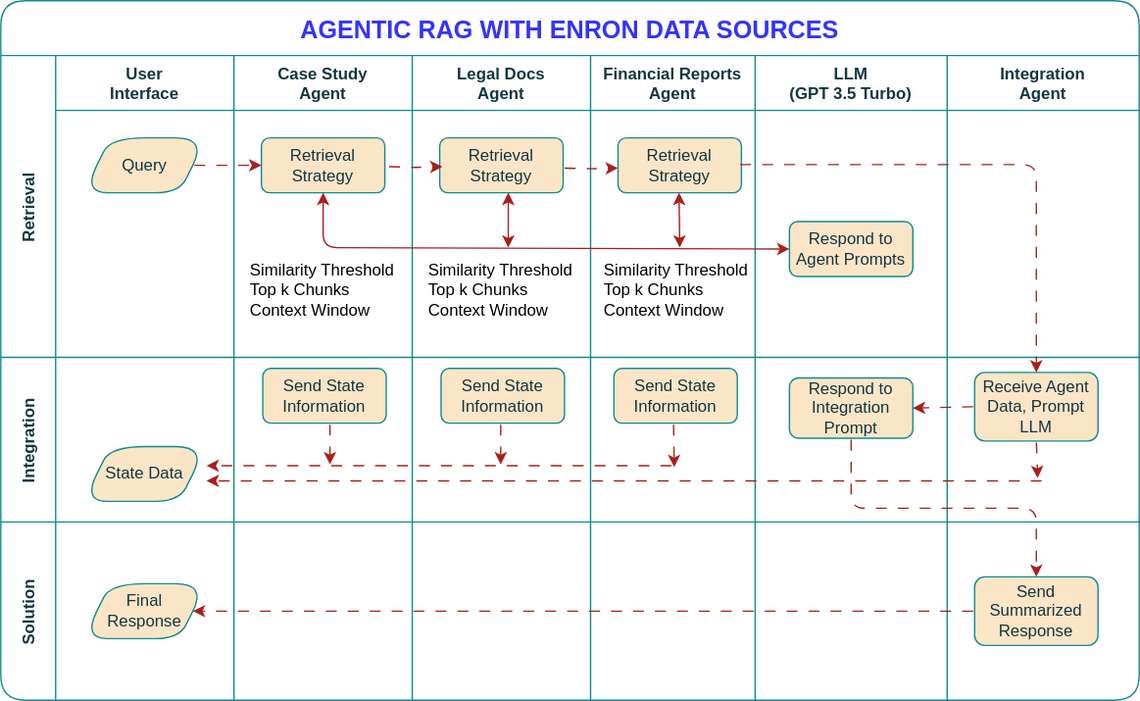
Earlier version of the draw.io export docs/agent_flow.svg (gschaumb/team03-capstone). Source tidied: cells renumbered, new cells last; positions are measured from the earlier drawing's top-left corner, leaving out a move shared by most shapes.
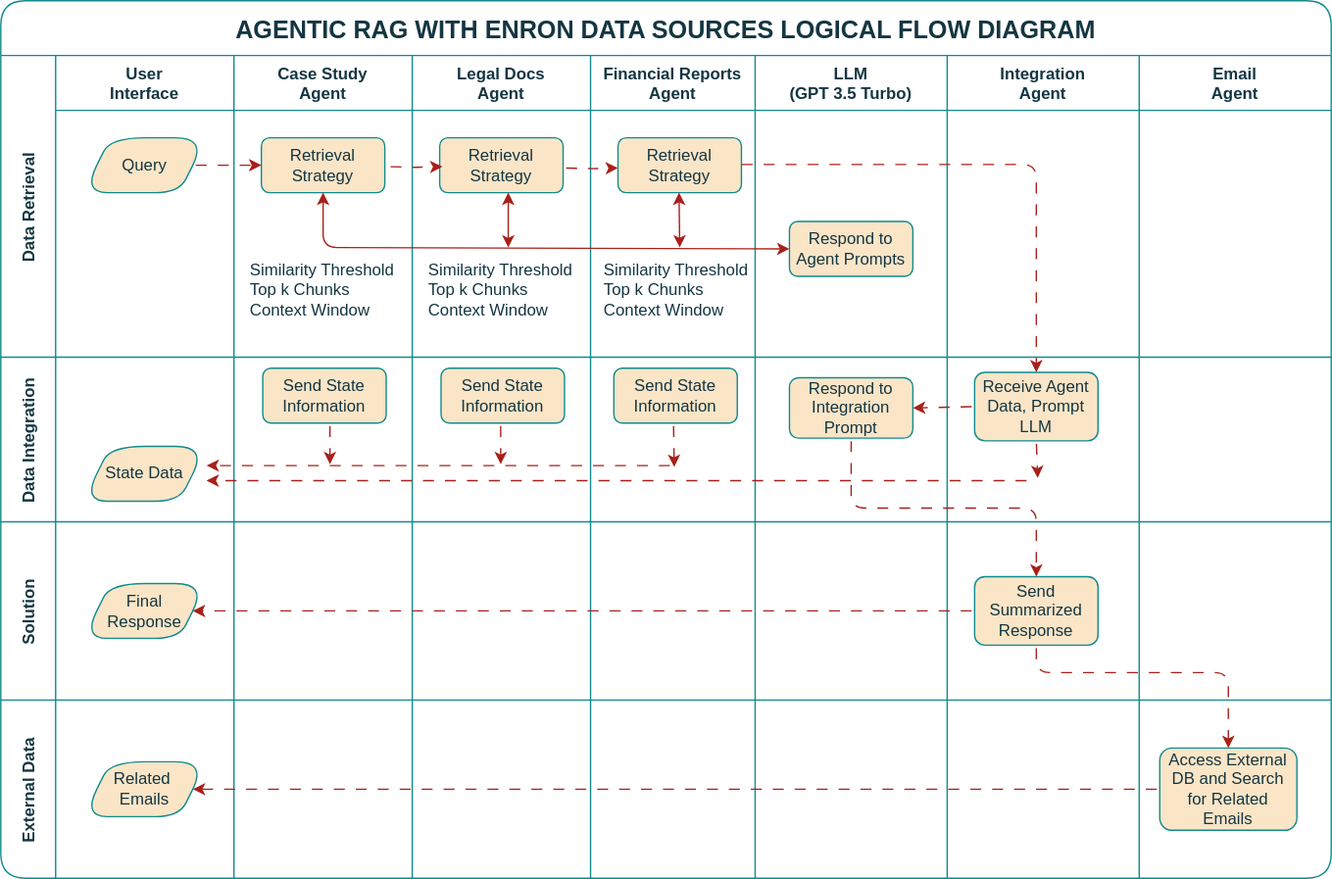
After the commit.

The edit, as a diff of the source:
```diff
@@ -2,11 +2,11 @@
   <root>
     <mxCell id="0" />
     <mxCell id="1" parent="0" />
-    <mxCell id="2" value="AGENTIC RAG WITH ENRON DATA SOURCES" style="shape=table;startSize=40;fillColor=none;fontStyle=1;labelBackgroundColor=none;strokeColor=#0F8B8D;fontColor=#3333FF;fontSize=18;rounded=1;" parent="1" vertex="1">
-      <mxGeometry width="830" height="510" as="geometry" />
+    <mxCell id="2" value="AGENTIC RAG WITH ENRON DATA SOURCES LOGICAL FLOW DIAGRAM" style="shape=table;startSize=40;fillColor=none;fontStyle=1;labelBackgroundColor=none;strokeColor=#0F8B8D;fontColor=#143642;fontSize=18;rounded=1;" parent="1" vertex="1">
+      <mxGeometry width="970" height="640" as="geometry" />
     </mxCell>
-    <mxCell id="3" value="Retrieval" style="shape=tableRow;horizontal=0;swimlaneHead=0;swimlaneBody=0;top=0;left=0;bottom=0;right=0;fillColor=none;startSize=40;fontStyle=1;labelBackgroundColor=none;strokeColor=#0F8B8D;fontColor=#143642;rounded=1;" parent="2" vertex="1">
-      <mxGeometry y="40" width="830" height="220" as="geometry" />
+    <mxCell id="3" value="Data Retrieval" style="shape=tableRow;horizontal=0;swimlaneHead=0;swimlaneBody=0;top=0;left=0;bottom=0;right=0;fillColor=none;startSize=40;fontStyle=1;labelBackgroundColor=none;strokeColor=#0F8B8D;fontColor=#143642;rounded=1;" parent="2" vertex="1">
+      <mxGeometry y="40" width="970" height="220" as="geometry" />
     </mxCell>
     <mxCell id="4" value="User&#10;Interface" style="swimlane;swimlaneHead=0;swimlaneBody=0;fillColor=none;startSize=40;fontStyle=1;labelBackgroundColor=none;strokeColor=#0F8B8D;fontColor=#143642;rounded=1;" parent="3" vertex="1">
       <mxGeometry x="40" width="130" height="220" as="geometry" />
@@ -32,10 +32,10 @@
     <mxCell id="11" value="Send State&lt;div&gt;Information&lt;/div&gt;" style="rounded=1;whiteSpace=wrap;html=1;labelBackgroundColor=none;fillColor=#FAE5C7;strokeColor=#0F8B8D;fontColor=#143642;" parent="9" vertex="1">
       <mxGeometry x="21" y="228" width="90" height="40" as="geometry" />
     </mxCell>
-    <mxCell id="12" value="Similarity Threshold&lt;div&gt;Top k Chunks&lt;/div&gt;&lt;div&gt;Context Window&lt;/div&gt;" style="text;html=1;align=left;verticalAlign=middle;strokeColor=none;fillColor=none;" parent="9" vertex="1">
+    <mxCell id="12" value="Similarity Threshold&lt;div&gt;Top k Chunks&lt;/div&gt;&lt;div&gt;Context Window&lt;/div&gt;" style="text;html=1;align=left;verticalAlign=middle;strokeColor=none;fillColor=none;labelBackgroundColor=none;fontColor=#143642;" parent="9" vertex="1">
       <mxGeometry x="-120" y="141" width="130" height="60" as="geometry" />
     </mxCell>
-    <mxCell id="13" value="Similarity Threshold&lt;div&gt;Top k Chunks&lt;/div&gt;&lt;div&gt;Context Window&lt;/div&gt;" style="text;html=1;align=left;verticalAlign=middle;strokeColor=none;fillColor=none;" parent="9" vertex="1">
+    <mxCell id="13" value="Similarity Threshold&lt;div&gt;Top k Chunks&lt;/div&gt;&lt;div&gt;Context Window&lt;/div&gt;" style="text;html=1;align=left;verticalAlign=middle;strokeColor=none;fillColor=none;labelBackgroundColor=none;fontColor=#143642;" parent="9" vertex="1">
       <mxGeometry x="10" y="141" width="130" height="60" as="geometry" />
     </mxCell>
     <mxCell id="14" value="Financial Reports&#10;Agent" style="swimlane;swimlaneHead=0;swimlaneBody=0;fillColor=none;startSize=40;fontStyle=1;labelBackgroundColor=none;strokeColor=#0F8B8D;fontColor=#143642;rounded=1;" parent="3" vertex="1">
@@ -53,7 +53,7 @@
     <mxCell id="17" value="Send State&lt;div&gt;Information&lt;/div&gt;" style="rounded=1;whiteSpace=wrap;html=1;labelBackgroundColor=none;fillColor=#FAE5C7;strokeColor=#0F8B8D;fontColor=#143642;" parent="14" vertex="1">
       <mxGeometry x="17" y="228" width="90" height="40" as="geometry" />
     </mxCell>
-    <mxCell id="18" value="Similarity Threshold&lt;div&gt;Top k Chunks&lt;/div&gt;&lt;div&gt;Context Window&lt;/div&gt;" style="text;html=1;align=left;verticalAlign=middle;strokeColor=none;fillColor=none;" parent="14" vertex="1">
+    <mxCell id="18" value="Similarity Threshold&lt;div&gt;Top k Chunks&lt;/div&gt;&lt;div&gt;Context Window&lt;/div&gt;" style="text;html=1;align=left;verticalAlign=middle;strokeColor=none;fillColor=none;labelBackgroundColor=none;fontColor=#143642;" parent="14" vertex="1">
       <mxGeometry x="8" y="141" width="130" height="60" as="geometry" />
     </mxCell>
     <mxCell id="19" value="LLM&#10;(GPT 3.5 Turbo)" style="swimlane;swimlaneHead=0;swimlaneBody=0;fillColor=none;startSize=40;fontStyle=1;labelBackgroundColor=none;strokeColor=#0F8B8D;fontColor=#143642;rounded=1;" parent="3" vertex="1">
@@ -76,6 +76,9 @@
     <mxCell id="23" value="Integration&#10;Agent" style="swimlane;swimlaneHead=0;swimlaneBody=0;fillColor=none;startSize=40;fontStyle=1;labelBackgroundColor=none;strokeColor=#0F8B8D;fontColor=#143642;rounded=1;" parent="3" vertex="1">
       <mxGeometry x="690" width="140" height="220" as="geometry" />
     </mxCell>
+    <mxCell id="56" value="Email&#10;Agent" style="swimlane;swimlaneHead=0;swimlaneBody=0;fillColor=none;startSize=40;fontStyle=1;labelBackgroundColor=none;strokeColor=#0F8B8D;fontColor=#143642;rounded=1;" parent="3" vertex="1">
+      <mxGeometry x="830" width="140" height="220" as="geometry" />
+    </mxCell>
     <mxCell id="24" style="edgeStyle=orthogonalEdgeStyle;rounded=1;jettySize=auto;html=1;flowAnimation=1;labelBackgroundColor=none;strokeColor=#A8201A;fontColor=default;" parent="3" edge="1" source="5" target="7">
       <mxGeometry relative="1" as="geometry" />
     </mxCell>
@@ -98,8 +101,8 @@
         </Array>
       </mxGeometry>
     </mxCell>
-    <mxCell id="28" value="Integration" style="shape=tableRow;horizontal=0;swimlaneHead=0;swimlaneBody=0;top=0;left=0;bottom=0;right=0;fillColor=none;startSize=40;fontStyle=1;labelBackgroundColor=none;strokeColor=#0F8B8D;fontColor=#143642;rounded=1;" parent="2" vertex="1">
-      <mxGeometry y="260" width="830" height="120" as="geometry" />
+    <mxCell id="28" value="Data Integration" style="shape=tableRow;horizontal=0;swimlaneHead=0;swimlaneBody=0;top=0;left=0;bottom=0;right=0;fillColor=none;startSize=40;fontStyle=1;labelBackgroundColor=none;strokeColor=#0F8B8D;fontColor=#143642;rounded=1;" parent="2" vertex="1">
+      <mxGeometry y="260" width="970" height="120" as="geometry" />
     </mxCell>
     <mxCell id="29" style="swimlane;swimlaneHead=0;swimlaneBody=0;fillColor=none;startSize=0;fontStyle=1;labelBackgroundColor=none;strokeColor=#0F8B8D;fontColor=#143642;rounded=1;" parent="28" vertex="1">
       <mxGeometry x="40" width="130" height="120" as="geometry" />
@@ -143,8 +146,11 @@
     <mxCell id="39" value="Receive Agent Data, Prompt LLM" style="rounded=1;whiteSpace=wrap;html=1;labelBackgroundColor=none;fillColor=#FAE5C7;strokeColor=#0F8B8D;fontColor=#143642;" parent="38" vertex="1">
       <mxGeometry x="20" y="11" width="90" height="50" as="geometry" />
     </mxCell>
+    <mxCell id="57" style="swimlane;swimlaneHead=0;swimlaneBody=0;fillColor=none;startSize=0;fontStyle=1;labelBackgroundColor=none;strokeColor=#0F8B8D;fontColor=#143642;rounded=1;" parent="28" vertex="1">
+      <mxGeometry x="830" width="140" height="120" as="geometry" />
+    </mxCell>
     <mxCell id="40" value="Solution" style="shape=tableRow;horizontal=0;swimlaneHead=0;swimlaneBody=0;top=0;left=0;bottom=0;right=0;fillColor=none;startSize=40;fontStyle=1;labelBackgroundColor=none;strokeColor=#0F8B8D;fontColor=#143642;rounded=1;" parent="2" vertex="1">
-      <mxGeometry y="380" width="830" height="130" as="geometry" />
+      <mxGeometry y="380" width="970" height="130" as="geometry" />
     </mxCell>
     <mxCell id="41" style="swimlane;swimlaneHead=0;swimlaneBody=0;fillColor=none;startSize=0;fontStyle=1;labelBackgroundColor=none;strokeColor=#0F8B8D;fontColor=#143642;rounded=1;" parent="40" vertex="1">
       <mxGeometry x="40" width="130" height="130" as="geometry" />
@@ -170,9 +176,45 @@
     <mxCell id="48" value="Send Summarized Response" style="rounded=1;whiteSpace=wrap;html=1;labelBackgroundColor=none;fillColor=#FAE5C7;strokeColor=#0F8B8D;fontColor=#143642;" parent="47" vertex="1">
       <mxGeometry x="20" y="40" width="90" height="50" as="geometry" />
     </mxCell>
+    <mxCell id="58" style="swimlane;swimlaneHead=0;swimlaneBody=0;fillColor=none;startSize=0;fontStyle=1;labelBackgroundColor=none;strokeColor=#0F8B8D;fontColor=#143642;rounded=1;" parent="40" vertex="1">
+      <mxGeometry x="830" width="140" height="130" as="geometry" />
+    </mxCell>
     <mxCell id="49" style="endArrow=classic;html=1;rounded=1;entryX=1;entryY=0.5;entryDx=0;entryDy=0;exitX=0;exitY=0.5;exitDx=0;exitDy=0;flowAnimation=1;labelBackgroundColor=none;strokeColor=#A8201A;fontColor=default;" parent="40" edge="1" source="48" target="42">
       <mxGeometry relative="1" as="geometry" />
     </mxCell>
+    <mxCell id="59" value="External Data" style="shape=tableRow;horizontal=0;swimlaneHead=0;swimlaneBody=0;top=0;left=0;bottom=0;right=0;fillColor=none;startSize=40;fontStyle=1;labelBackgroundColor=none;strokeColor=#0F8B8D;fontColor=#143642;rounded=1;" parent="2" vertex="1">
+      <mxGeometry y="510" width="970" height="130" as="geometry" />
+    </mxCell>
+    <mxCell id="60" style="swimlane;swimlaneHead=0;swimlaneBody=0;fillColor=none;startSize=0;fontStyle=1;labelBackgroundColor=none;strokeColor=#0F8B8D;fontColor=#143642;rounded=1;" parent="59" vertex="1">
+      <mxGeometry x="40" width="130" height="130" as="geometry" />
+    </mxCell>
+    <mxCell id="61" value="Related&amp;nbsp;&lt;div&gt;Emails&lt;/div&gt;" style="rounded=1;whiteSpace=wrap;html=1;arcSize=50;labelBackgroundColor=none;fillColor=#FAE5C7;strokeColor=#0F8B8D;fontColor=#143642;shape=parallelogram;perimeter=parallelogramPerimeter;fixedSize=1;" parent="60" vertex="1">
+      <mxGeometry x="20" y="45" width="90" height="40" as="geometry" />
+    </mxCell>
+    <mxCell id="62" style="swimlane;swimlaneHead=0;swimlaneBody=0;fillColor=none;startSize=0;fontStyle=1;labelBackgroundColor=none;strokeColor=#0F8B8D;fontColor=#143642;rounded=1;" parent="59" vertex="1">
+      <mxGeometry x="170" width="130" height="130" as="geometry" />
+    </mxCell>
+    <mxCell id="63" style="swimlane;swimlaneHead=0;swimlaneBody=0;fillColor=none;startSize=0;fontStyle=1;labelBackgroundColor=none;strokeColor=#0F8B8D;fontColor=#143642;rounded=1;" parent="59" vertex="1">
+      <mxGeometry x="300" width="130" height="130" as="geometry" />
+    </mxCell>
+    <mxCell id="64" style="swimlane;swimlaneHead=0;swimlaneBody=0;fillColor=none;startSize=0;fontStyle=1;labelBackgroundColor=none;strokeColor=#0F8B8D;fontColor=#143642;rounded=1;" parent="59" vertex="1">
+      <mxGeometry x="430" width="120" height="130" as="geometry" />
+    </mxCell>
+    <mxCell id="65" style="swimlane;swimlaneHead=0;swimlaneBody=0;fillColor=none;startSize=0;fontStyle=1;labelBackgroundColor=none;strokeColor=#0F8B8D;fontColor=#143642;rounded=1;" parent="59" vertex="1">
+      <mxGeometry x="550" width="140" height="130" as="geometry" />
+    </mxCell>
+    <mxCell id="66" style="swimlane;swimlaneHead=0;swimlaneBody=0;fillColor=none;startSize=0;fontStyle=1;labelBackgroundColor=none;strokeColor=#0F8B8D;fontColor=#143642;rounded=1;" parent="59" vertex="1">
+      <mxGeometry x="690" width="140" height="130" as="geometry" />
+    </mxCell>
+    <mxCell id="67" style="swimlane;swimlaneHead=0;swimlaneBody=0;fillColor=none;startSize=0;fontStyle=1;labelBackgroundColor=none;strokeColor=#0F8B8D;fontColor=#143642;rounded=1;" parent="59" vertex="1">
+      <mxGeometry x="830" width="140" height="130" as="geometry" />
+    </mxCell>
+    <mxCell id="68" value="Access External DB and Search for Related Emails" style="rounded=1;whiteSpace=wrap;html=1;labelBackgroundColor=none;fillColor=#FAE5C7;strokeColor=#0F8B8D;fontColor=#143642;" parent="67" vertex="1">
+      <mxGeometry x="15" y="35" width="100" height="60" as="geometry" />
+    </mxCell>
+    <mxCell id="69" style="endArrow=classic;html=1;rounded=1;entryX=1;entryY=0.5;entryDx=0;entryDy=0;exitX=0;exitY=0.5;exitDx=0;exitDy=0;flowAnimation=1;labelBackgroundColor=none;strokeColor=#A8201A;fontColor=default;curved=0;" parent="59" edge="1" source="68" target="61">
+      <mxGeometry relative="1" as="geometry" />
+    </mxCell>
     <mxCell id="50" style="endArrow=classic;html=1;rounded=1;entryX=1;entryY=0.5;entryDx=0;entryDy=0;flowAnimation=1;labelBackgroundColor=none;strokeColor=#A8201A;fontColor=default;exitX=0;exitY=0.5;exitDx=0;exitDy=0;" parent="2" edge="1" source="39" target="21">
       <mxGeometry relative="1" as="geometry" />
     </mxCell>
@@ -184,6 +226,15 @@
         </Array>
       </mxGeometry>
     </mxCell>
+    <mxCell id="70" style="endArrow=classic;html=1;rounded=1;entryX=0.5;entryY=0;entryDx=0;entryDy=0;exitX=0.5;exitY=1;exitDx=0;exitDy=0;flowAnimation=1;labelBackgroundColor=none;strokeColor=#A8201A;fontColor=default;curved=0;" parent="2" edge="1" source="48" target="68">
+      <mxGeometry relative="1" as="geometry">
+        <Array as="points">
+          <mxPoint x="755" y="490" />
+          <mxPoint x="830" y="490" />
+          <mxPoint x="895" y="490" />
+        </Array>
+      </mxGeometry>
+    </mxCell>
     <mxCell id="52" style="endArrow=classic;startArrow=classic;html=1;rounded=1;flowAnimation=0;labelBackgroundColor=none;strokeColor=#A8201A;fontColor=default;" parent="1" edge="1">
       <mxGeometry relative="1" as="geometry">
         <mxPoint x="370" y="180" as="sourcePoint" />
@@ -198,7 +249,7 @@
     </mxCell>
     <mxCell id="54" style="endArrow=classic;html=1;rounded=1;flowAnimation=1;labelBackgroundColor=none;strokeColor=#A8201A;fontColor=default;" parent="1" edge="1">
       <mxGeometry relative="1" as="geometry">
-        <mxPoint x="760" y="350" as="sourcePoint" />
+        <mxPoint x="750" y="350" as="sourcePoint" />
         <mxPoint x="150" y="350" as="targetPoint" />
       </mxGeometry>
     </mxCell>
```
